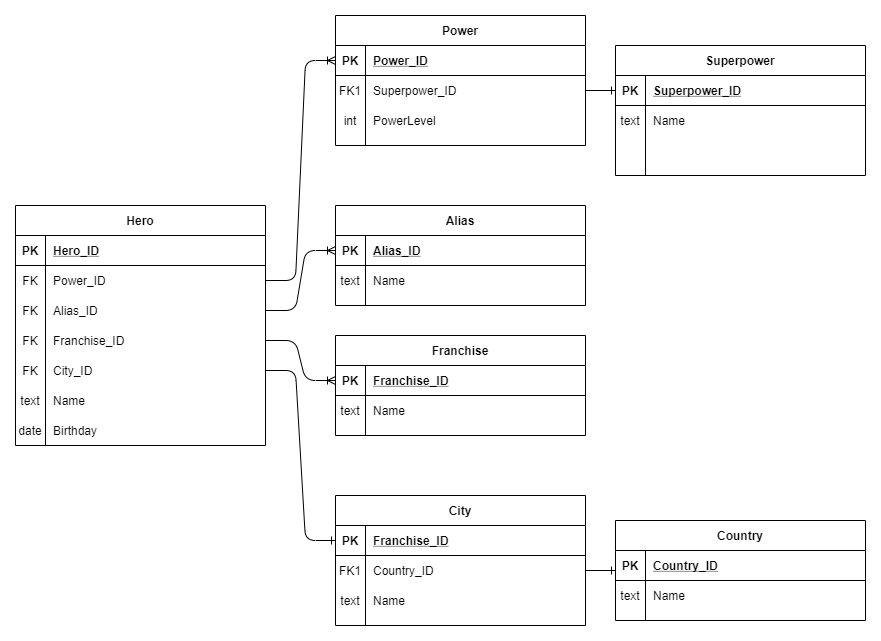
AlexStormwood/IntroToDatabaseNormalization keeps this draw.io diagram as assets/root/SuperheroERD3NF.png. Above is the earlier version. Source tidied: cells renumbered, new cells last; positions are measured from the earlier drawing's top-left corner, leaving out a move shared by most shapes. Source of this version:
```xml
<mxGraphModel>
  <root>
    <mxCell id="0" />
    <mxCell id="1" parent="0" />
    <mxCell id="2" style="edgeStyle=entityRelationEdgeStyle;endArrow=ERoneToMany;startArrow=none;endFill=0;startFill=0;exitX=1;exitY=0.5;exitDx=0;exitDy=0;entryX=0;entryY=0.5;entryDx=0;entryDy=0;" parent="1" edge="1" source="32" target="5">
      <mxGeometry relative="1" as="geometry" />
    </mxCell>
    <mxCell id="3" style="edgeStyle=entityRelationEdgeStyle;endArrow=ERone;startArrow=none;endFill=0;startFill=0;exitX=1;exitY=0.5;exitDx=0;exitDy=0;entryX=0;entryY=0.5;entryDx=0;entryDy=0;" parent="1" edge="1" source="8" target="15">
      <mxGeometry relative="1" as="geometry" />
    </mxCell>
    <mxCell id="4" value="Power" style="shape=table;startSize=30;rowLines=0;fontStyle=1;align=center;" parent="1" vertex="1">
      <mxGeometry x="320" width="250" height="130" as="geometry" />
    </mxCell>
    <mxCell id="5" style="shape=partialRectangle;fillColor=none;points=[[0,0.5],[1,0.5]];portConstraint=eastwest;top=0;left=0;right=0;bottom=1;" parent="4" vertex="1">
      <mxGeometry y="30" width="250" height="30" as="geometry" />
    </mxCell>
    <mxCell id="6" value="PK" style="shape=partialRectangle;overflow=hidden;fillColor=none;top=0;left=0;bottom=0;right=0;fontStyle=1;" parent="5" vertex="1">
      <mxGeometry width="30" height="30" as="geometry" />
    </mxCell>
    <mxCell id="7" value="Power_ID" style="shape=partialRectangle;overflow=hidden;fillColor=none;top=0;left=0;bottom=0;right=0;align=left;spacingLeft=6;fontStyle=5;" parent="5" vertex="1">
      <mxGeometry x="30" width="220" height="30" as="geometry" />
    </mxCell>
    <mxCell id="8" style="shape=partialRectangle;fillColor=none;points=[[0,0.5],[1,0.5]];portConstraint=eastwest;top=0;left=0;right=0;bottom=0;" parent="4" vertex="1">
      <mxGeometry y="60" width="250" height="30" as="geometry" />
    </mxCell>
    <mxCell id="9" value="FK1" style="shape=partialRectangle;overflow=hidden;fillColor=none;top=0;left=0;bottom=0;right=0;" parent="8" vertex="1">
      <mxGeometry width="30" height="30" as="geometry" />
    </mxCell>
    <mxCell id="10" value="Superpower_ID" style="shape=partialRectangle;overflow=hidden;fillColor=none;top=0;left=0;bottom=0;right=0;align=left;spacingLeft=6;" parent="8" vertex="1">
      <mxGeometry x="30" width="220" height="30" as="geometry" />
    </mxCell>
    <mxCell id="11" style="shape=partialRectangle;fillColor=none;top=0;left=0;right=0;bottom=0;" parent="4" vertex="1">
      <mxGeometry y="90" width="250" height="30" as="geometry" />
    </mxCell>
    <mxCell id="12" value="int" style="shape=partialRectangle;overflow=hidden;fillColor=none;top=0;left=0;bottom=0;right=0;" parent="11" vertex="1">
      <mxGeometry width="30" height="30" as="geometry" />
    </mxCell>
    <mxCell id="13" value="PowerLevel" style="shape=partialRectangle;overflow=hidden;fillColor=none;top=0;left=0;bottom=0;right=0;align=left;spacingLeft=6;" parent="11" vertex="1">
      <mxGeometry x="30" width="220" height="30" as="geometry" />
    </mxCell>
    <mxCell id="14" value="Superpower" style="shape=table;startSize=30;rowLines=0;fontStyle=1;align=center;" parent="1" vertex="1">
      <mxGeometry x="600" y="30" width="250" height="130" as="geometry" />
    </mxCell>
    <mxCell id="15" style="shape=partialRectangle;fillColor=none;points=[[0,0.5],[1,0.5]];portConstraint=eastwest;top=0;left=0;right=0;bottom=1;" parent="14" vertex="1">
      <mxGeometry y="30" width="250" height="30" as="geometry" />
    </mxCell>
    <mxCell id="16" value="PK" style="shape=partialRectangle;overflow=hidden;fillColor=none;top=0;left=0;bottom=0;right=0;fontStyle=1;" parent="15" vertex="1">
      <mxGeometry width="30" height="30" as="geometry" />
    </mxCell>
    <mxCell id="17" value="Superpower_ID" style="shape=partialRectangle;overflow=hidden;fillColor=none;top=0;left=0;bottom=0;right=0;align=left;spacingLeft=6;fontStyle=5;" parent="15" vertex="1">
      <mxGeometry x="30" width="220" height="30" as="geometry" />
    </mxCell>
    <mxCell id="18" style="shape=partialRectangle;fillColor=none;top=0;left=0;right=0;bottom=0;" parent="14" vertex="1">
      <mxGeometry y="60" width="250" height="30" as="geometry" />
    </mxCell>
    <mxCell id="19" value="text" style="shape=partialRectangle;overflow=hidden;fillColor=none;top=0;left=0;bottom=0;right=0;" parent="18" vertex="1">
      <mxGeometry width="30" height="30" as="geometry" />
    </mxCell>
    <mxCell id="20" value="Name" style="shape=partialRectangle;overflow=hidden;fillColor=none;top=0;left=0;bottom=0;right=0;align=left;spacingLeft=6;" parent="18" vertex="1">
      <mxGeometry x="30" width="220" height="30" as="geometry" />
    </mxCell>
    <mxCell id="21" style="shape=partialRectangle;fillColor=none;top=0;left=0;right=0;bottom=0;" parent="14" vertex="1">
      <mxGeometry y="90" width="250" height="30" as="geometry" />
    </mxCell>
    <mxCell id="22" style="shape=partialRectangle;overflow=hidden;fillColor=none;top=0;left=0;bottom=0;right=0;" parent="21" vertex="1">
      <mxGeometry width="30" height="30" as="geometry" />
    </mxCell>
    <mxCell id="23" style="shape=partialRectangle;overflow=hidden;fillColor=none;top=0;left=0;bottom=0;right=0;align=left;spacingLeft=6;" parent="21" vertex="1">
      <mxGeometry x="30" width="220" height="30" as="geometry" />
    </mxCell>
    <mxCell id="24" style="edgeStyle=entityRelationEdgeStyle;jettySize=auto;html=1;startArrow=none;startFill=0;endArrow=ERoneToMany;endFill=0;entryX=0;entryY=0.5;entryDx=0;entryDy=0;exitX=1;exitY=0.5;exitDx=0;exitDy=0;" parent="1" edge="1" source="35" target="75">
      <mxGeometry relative="1" as="geometry" />
    </mxCell>
    <mxCell id="25" style="edgeStyle=entityRelationEdgeStyle;jettySize=auto;html=1;entryX=0;entryY=0.5;entryDx=0;entryDy=0;startArrow=none;startFill=0;endArrow=ERoneToMany;endFill=0;exitX=1;exitY=0.5;exitDx=0;exitDy=0;" parent="1" edge="1" source="38" target="68">
      <mxGeometry relative="1" as="geometry" />
    </mxCell>
    <mxCell id="26" style="edgeStyle=entityRelationEdgeStyle;jettySize=auto;html=1;entryX=0;entryY=0.5;entryDx=0;entryDy=0;startArrow=none;startFill=0;endArrow=ERone;endFill=0;exitX=1;exitY=0.5;exitDx=0;exitDy=0;" parent="1" edge="1" source="41" target="58">
      <mxGeometry relative="1" as="geometry" />
    </mxCell>
    <mxCell id="27" style="edgeStyle=entityRelationEdgeStyle;jettySize=auto;html=1;startArrow=none;startFill=0;endArrow=ERone;endFill=0;exitX=1;exitY=0.5;exitDx=0;exitDy=0;" parent="1" edge="1" source="61" target="50">
      <mxGeometry relative="1" as="geometry" />
    </mxCell>
    <mxCell id="28" value="Hero" style="shape=table;startSize=30;rowLines=0;fontStyle=1;align=center;" parent="1" vertex="1">
      <mxGeometry y="190" width="250" height="240" as="geometry" />
    </mxCell>
    <mxCell id="29" style="shape=partialRectangle;fillColor=none;top=0;left=0;right=0;bottom=1;" parent="28" vertex="1">
      <mxGeometry y="30" width="250" height="30" as="geometry" />
    </mxCell>
    <mxCell id="30" value="PK" style="shape=partialRectangle;overflow=hidden;fillColor=none;top=0;left=0;bottom=0;right=0;fontStyle=1;" parent="29" vertex="1">
      <mxGeometry width="30" height="30" as="geometry" />
    </mxCell>
    <mxCell id="31" value="Hero_ID" style="shape=partialRectangle;overflow=hidden;fillColor=none;top=0;left=0;bottom=0;right=0;align=left;spacingLeft=6;fontStyle=5;" parent="29" vertex="1">
      <mxGeometry x="30" width="220" height="30" as="geometry" />
    </mxCell>
    <mxCell id="32" style="shape=partialRectangle;fillColor=none;points=[[0,0.5],[1,0.5]];portConstraint=eastwest;top=0;left=0;right=0;bottom=0;" parent="28" vertex="1">
      <mxGeometry y="60" width="250" height="30" as="geometry" />
    </mxCell>
    <mxCell id="33" value="FK" style="shape=partialRectangle;overflow=hidden;fillColor=none;top=0;left=0;bottom=0;right=0;" parent="32" vertex="1">
      <mxGeometry width="30" height="30" as="geometry" />
    </mxCell>
    <mxCell id="34" value="Power_ID" style="shape=partialRectangle;overflow=hidden;fillColor=none;top=0;left=0;bottom=0;right=0;align=left;spacingLeft=6;" parent="32" vertex="1">
      <mxGeometry x="30" width="220" height="30" as="geometry" />
    </mxCell>
    <mxCell id="35" style="shape=partialRectangle;fillColor=none;points=[[0,0.5],[1,0.5]];portConstraint=eastwest;top=0;left=0;right=0;bottom=0;" parent="28" vertex="1">
      <mxGeometry y="90" width="250" height="30" as="geometry" />
    </mxCell>
    <mxCell id="36" value="FK" style="shape=partialRectangle;overflow=hidden;fillColor=none;top=0;left=0;bottom=0;right=0;" parent="35" vertex="1">
      <mxGeometry width="30" height="30" as="geometry" />
    </mxCell>
    <mxCell id="37" value="Alias_ID" style="shape=partialRectangle;overflow=hidden;fillColor=none;top=0;left=0;bottom=0;right=0;align=left;spacingLeft=6;" parent="35" vertex="1">
      <mxGeometry x="30" width="220" height="30" as="geometry" />
    </mxCell>
    <mxCell id="38" style="shape=partialRectangle;fillColor=none;points=[[0,0.5],[1,0.5]];portConstraint=eastwest;top=0;left=0;right=0;bottom=0;" parent="28" vertex="1">
      <mxGeometry y="120" width="250" height="30" as="geometry" />
    </mxCell>
    <mxCell id="39" value="FK" style="shape=partialRectangle;overflow=hidden;fillColor=none;top=0;left=0;bottom=0;right=0;" parent="38" vertex="1">
      <mxGeometry width="30" height="30" as="geometry" />
    </mxCell>
    <mxCell id="40" value="Franchise_ID" style="shape=partialRectangle;overflow=hidden;fillColor=none;top=0;left=0;bottom=0;right=0;align=left;spacingLeft=6;" parent="38" vertex="1">
      <mxGeometry x="30" width="220" height="30" as="geometry" />
    </mxCell>
    <mxCell id="41" style="shape=partialRectangle;fillColor=none;points=[[0,0.5],[1,0.5]];portConstraint=eastwest;top=0;left=0;right=0;bottom=0;" parent="28" vertex="1">
      <mxGeometry y="150" width="250" height="30" as="geometry" />
    </mxCell>
    <mxCell id="42" value="FK" style="shape=partialRectangle;overflow=hidden;fillColor=none;top=0;left=0;bottom=0;right=0;" parent="41" vertex="1">
      <mxGeometry width="30" height="30" as="geometry" />
    </mxCell>
    <mxCell id="43" value="City_ID" style="shape=partialRectangle;overflow=hidden;fillColor=none;top=0;left=0;bottom=0;right=0;align=left;spacingLeft=6;" parent="41" vertex="1">
      <mxGeometry x="30" width="220" height="30" as="geometry" />
    </mxCell>
    <mxCell id="44" style="shape=partialRectangle;fillColor=none;top=0;left=0;right=0;bottom=0;" parent="28" vertex="1">
      <mxGeometry y="180" width="250" height="30" as="geometry" />
    </mxCell>
    <mxCell id="45" value="text" style="shape=partialRectangle;overflow=hidden;fillColor=none;top=0;left=0;bottom=0;right=0;" parent="44" vertex="1">
      <mxGeometry width="30" height="30" as="geometry" />
    </mxCell>
    <mxCell id="46" value="Name" style="shape=partialRectangle;overflow=hidden;fillColor=none;top=0;left=0;bottom=0;right=0;align=left;spacingLeft=6;" parent="44" vertex="1">
      <mxGeometry x="30" width="220" height="30" as="geometry" />
    </mxCell>
    <mxCell id="47" style="shape=partialRectangle;fillColor=none;top=0;left=0;right=0;bottom=0;" parent="28" vertex="1">
      <mxGeometry y="210" width="250" height="30" as="geometry" />
    </mxCell>
    <mxCell id="48" value="date" style="shape=partialRectangle;overflow=hidden;fillColor=none;top=0;left=0;bottom=0;right=0;" parent="47" vertex="1">
      <mxGeometry width="30" height="30" as="geometry" />
    </mxCell>
    <mxCell id="49" value="Birthday" style="shape=partialRectangle;overflow=hidden;fillColor=none;top=0;left=0;bottom=0;right=0;align=left;spacingLeft=6;" parent="47" vertex="1">
      <mxGeometry x="30" width="220" height="30" as="geometry" />
    </mxCell>
    <mxCell id="50" value="Country" style="shape=table;startSize=30;rowLines=0;fontStyle=1;align=center;" parent="1" vertex="1">
      <mxGeometry x="600" y="505" width="250" height="100" as="geometry" />
    </mxCell>
    <mxCell id="51" style="shape=partialRectangle;fillColor=none;top=0;left=0;right=0;bottom=1;" parent="50" vertex="1">
      <mxGeometry y="30" width="250" height="30" as="geometry" />
    </mxCell>
    <mxCell id="52" value="PK" style="shape=partialRectangle;overflow=hidden;fillColor=none;top=0;left=0;bottom=0;right=0;fontStyle=1;" parent="51" vertex="1">
      <mxGeometry width="30" height="30" as="geometry" />
    </mxCell>
    <mxCell id="53" value="Country_ID" style="shape=partialRectangle;overflow=hidden;fillColor=none;top=0;left=0;bottom=0;right=0;align=left;spacingLeft=6;fontStyle=5;" parent="51" vertex="1">
      <mxGeometry x="30" width="220" height="30" as="geometry" />
    </mxCell>
    <mxCell id="54" style="shape=partialRectangle;fillColor=none;top=0;left=0;right=0;bottom=0;" parent="50" vertex="1">
      <mxGeometry y="60" width="250" height="30" as="geometry" />
    </mxCell>
    <mxCell id="55" value="text" style="shape=partialRectangle;overflow=hidden;fillColor=none;top=0;left=0;bottom=0;right=0;" parent="54" vertex="1">
      <mxGeometry width="30" height="30" as="geometry" />
    </mxCell>
    <mxCell id="56" value="Name" style="shape=partialRectangle;overflow=hidden;fillColor=none;top=0;left=0;bottom=0;right=0;align=left;spacingLeft=6;" parent="54" vertex="1">
      <mxGeometry x="30" width="220" height="30" as="geometry" />
    </mxCell>
    <mxCell id="57" value="City" style="shape=table;startSize=30;rowLines=0;fontStyle=1;align=center;" parent="1" vertex="1">
      <mxGeometry x="320" y="480" width="250" height="130" as="geometry" />
    </mxCell>
    <mxCell id="58" style="shape=partialRectangle;fillColor=none;points=[[0,0.5],[1,0.5]];portConstraint=eastwest;top=0;left=0;right=0;bottom=1;" parent="57" vertex="1">
      <mxGeometry y="30" width="250" height="30" as="geometry" />
    </mxCell>
    <mxCell id="59" value="PK" style="shape=partialRectangle;overflow=hidden;fillColor=none;top=0;left=0;bottom=0;right=0;fontStyle=1;" parent="58" vertex="1">
      <mxGeometry width="30" height="30" as="geometry" />
    </mxCell>
    <mxCell id="60" value="Franchise_ID" style="shape=partialRectangle;overflow=hidden;fillColor=none;top=0;left=0;bottom=0;right=0;align=left;spacingLeft=6;fontStyle=5;" parent="58" vertex="1">
      <mxGeometry x="30" width="220" height="30" as="geometry" />
    </mxCell>
    <mxCell id="61" style="shape=partialRectangle;fillColor=none;points=[[0,0.5],[1,0.5]];portConstraint=eastwest;top=0;left=0;right=0;bottom=0;" parent="57" vertex="1">
      <mxGeometry y="60" width="250" height="30" as="geometry" />
    </mxCell>
    <mxCell id="62" value="FK1" style="shape=partialRectangle;overflow=hidden;fillColor=none;top=0;left=0;bottom=0;right=0;" parent="61" vertex="1">
      <mxGeometry width="30" height="30" as="geometry" />
    </mxCell>
    <mxCell id="63" value="Country_ID" style="shape=partialRectangle;overflow=hidden;fillColor=none;top=0;left=0;bottom=0;right=0;align=left;spacingLeft=6;" parent="61" vertex="1">
      <mxGeometry x="30" width="220" height="30" as="geometry" />
    </mxCell>
    <mxCell id="64" style="shape=partialRectangle;fillColor=none;top=0;left=0;right=0;bottom=0;" parent="57" vertex="1">
      <mxGeometry y="90" width="250" height="30" as="geometry" />
    </mxCell>
    <mxCell id="65" value="text" style="shape=partialRectangle;overflow=hidden;fillColor=none;top=0;left=0;bottom=0;right=0;" parent="64" vertex="1">
      <mxGeometry width="30" height="30" as="geometry" />
    </mxCell>
    <mxCell id="66" value="Name" style="shape=partialRectangle;overflow=hidden;fillColor=none;top=0;left=0;bottom=0;right=0;align=left;spacingLeft=6;" parent="64" vertex="1">
      <mxGeometry x="30" width="220" height="30" as="geometry" />
    </mxCell>
    <mxCell id="67" value="Franchise" style="shape=table;startSize=30;rowLines=0;fontStyle=1;align=center;" parent="1" vertex="1">
      <mxGeometry x="320" y="320" width="250" height="100" as="geometry" />
    </mxCell>
    <mxCell id="68" style="shape=partialRectangle;fillColor=none;points=[[0,0.5],[1,0.5]];portConstraint=eastwest;top=0;left=0;right=0;bottom=1;" parent="67" vertex="1">
      <mxGeometry y="30" width="250" height="30" as="geometry" />
    </mxCell>
    <mxCell id="69" value="PK" style="shape=partialRectangle;overflow=hidden;fillColor=none;top=0;left=0;bottom=0;right=0;fontStyle=1;" parent="68" vertex="1">
      <mxGeometry width="30" height="30" as="geometry" />
    </mxCell>
    <mxCell id="70" value="Franchise_ID" style="shape=partialRectangle;overflow=hidden;fillColor=none;top=0;left=0;bottom=0;right=0;align=left;spacingLeft=6;fontStyle=5;" parent="68" vertex="1">
      <mxGeometry x="30" width="220" height="30" as="geometry" />
    </mxCell>
    <mxCell id="71" style="shape=partialRectangle;fillColor=none;top=0;left=0;right=0;bottom=0;" parent="67" vertex="1">
      <mxGeometry y="60" width="250" height="30" as="geometry" />
    </mxCell>
    <mxCell id="72" value="text" style="shape=partialRectangle;overflow=hidden;fillColor=none;top=0;left=0;bottom=0;right=0;" parent="71" vertex="1">
      <mxGeometry width="30" height="30" as="geometry" />
    </mxCell>
    <mxCell id="73" value="Name" style="shape=partialRectangle;overflow=hidden;fillColor=none;top=0;left=0;bottom=0;right=0;align=left;spacingLeft=6;" parent="71" vertex="1">
      <mxGeometry x="30" width="220" height="30" as="geometry" />
    </mxCell>
    <mxCell id="74" value="Alias" style="shape=table;startSize=30;rowLines=0;fontStyle=1;align=center;" parent="1" vertex="1">
      <mxGeometry x="320" y="190" width="250" height="100" as="geometry" />
    </mxCell>
    <mxCell id="75" style="shape=partialRectangle;fillColor=none;points=[[0,0.5],[1,0.5]];portConstraint=eastwest;top=0;left=0;right=0;bottom=1;" parent="74" vertex="1">
      <mxGeometry y="30" width="250" height="30" as="geometry" />
    </mxCell>
    <mxCell id="76" value="PK" style="shape=partialRectangle;overflow=hidden;fillColor=none;top=0;left=0;bottom=0;right=0;fontStyle=1;" parent="75" vertex="1">
      <mxGeometry width="30" height="30" as="geometry" />
    </mxCell>
    <mxCell id="77" value="Alias_ID" style="shape=partialRectangle;overflow=hidden;fillColor=none;top=0;left=0;bottom=0;right=0;align=left;spacingLeft=6;fontStyle=5;" parent="75" vertex="1">
      <mxGeometry x="30" width="220" height="30" as="geometry" />
    </mxCell>
    <mxCell id="78" style="shape=partialRectangle;fillColor=none;top=0;left=0;right=0;bottom=0;" parent="74" vertex="1">
      <mxGeometry y="60" width="250" height="30" as="geometry" />
    </mxCell>
    <mxCell id="79" value="text" style="shape=partialRectangle;overflow=hidden;fillColor=none;top=0;left=0;bottom=0;right=0;" parent="78" vertex="1">
      <mxGeometry width="30" height="30" as="geometry" />
    </mxCell>
    <mxCell id="80" value="Name" style="shape=partialRectangle;overflow=hidden;fillColor=none;top=0;left=0;bottom=0;right=0;align=left;spacingLeft=6;" parent="78" vertex="1">
      <mxGeometry x="30" width="220" height="30" as="geometry" />
    </mxCell>
  </root>
</mxGraphModel>
```
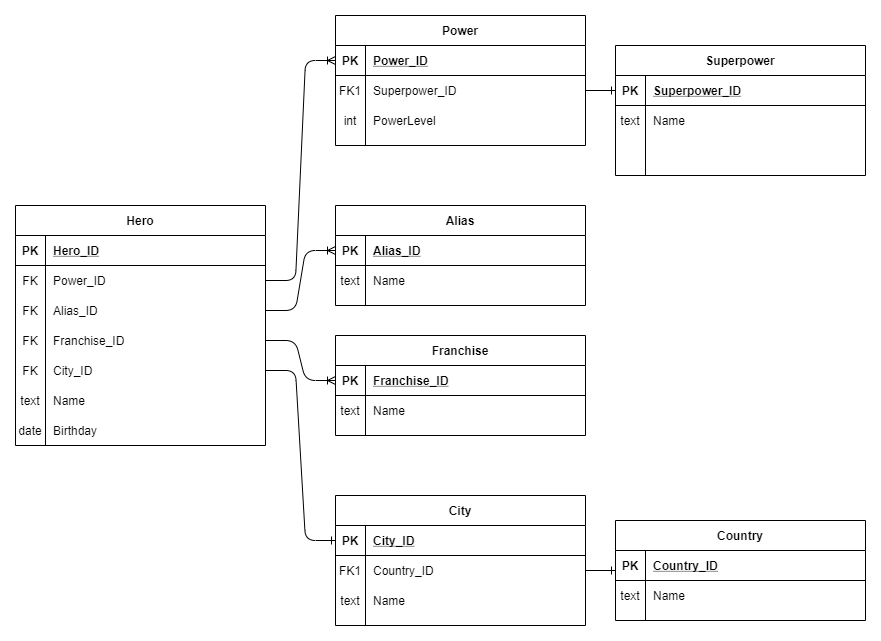
The same file after the commit.

Commit message:
Fixed up City table columns

Diff of the diagram source:
```diff
@@ -176,7 +176,7 @@
     <mxCell id="59" value="PK" style="shape=partialRectangle;overflow=hidden;fillColor=none;top=0;left=0;bottom=0;right=0;fontStyle=1;" parent="58" vertex="1">
       <mxGeometry width="30" height="30" as="geometry" />
     </mxCell>
-    <mxCell id="60" value="Franchise_ID" style="shape=partialRectangle;overflow=hidden;fillColor=none;top=0;left=0;bottom=0;right=0;align=left;spacingLeft=6;fontStyle=5;" parent="58" vertex="1">
+    <mxCell id="60" value="City_ID" style="shape=partialRectangle;overflow=hidden;fillColor=none;top=0;left=0;bottom=0;right=0;align=left;spacingLeft=6;fontStyle=5;" parent="58" vertex="1">
       <mxGeometry x="30" width="220" height="30" as="geometry" />
     </mxCell>
     <mxCell id="61" style="shape=partialRectangle;fillColor=none;points=[[0,0.5],[1,0.5]];portConstraint=eastwest;top=0;left=0;right=0;bottom=0;" parent="57" vertex="1">
```
